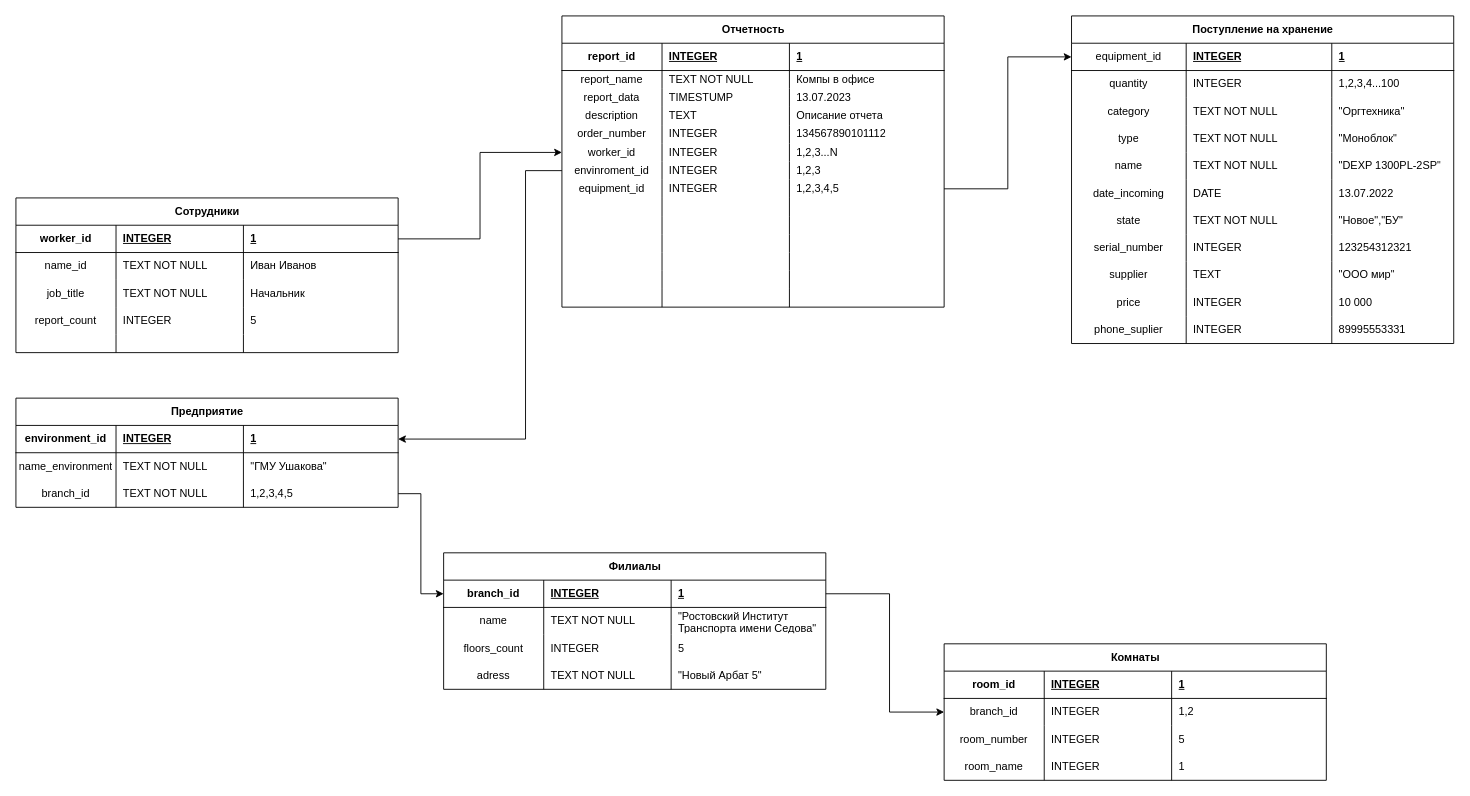
Above: python_files/database/database.drawio in RedContain/diplom (draw.io), before the change. Source tidied: cells renumbered, new cells numbered last; positions are measured from the earlier drawing's top-left corner, leaving out a move shared by most shapes. Both pictures are drawn from the tidied source at 91%, with x=0, y=0 at pixel (15, 15).
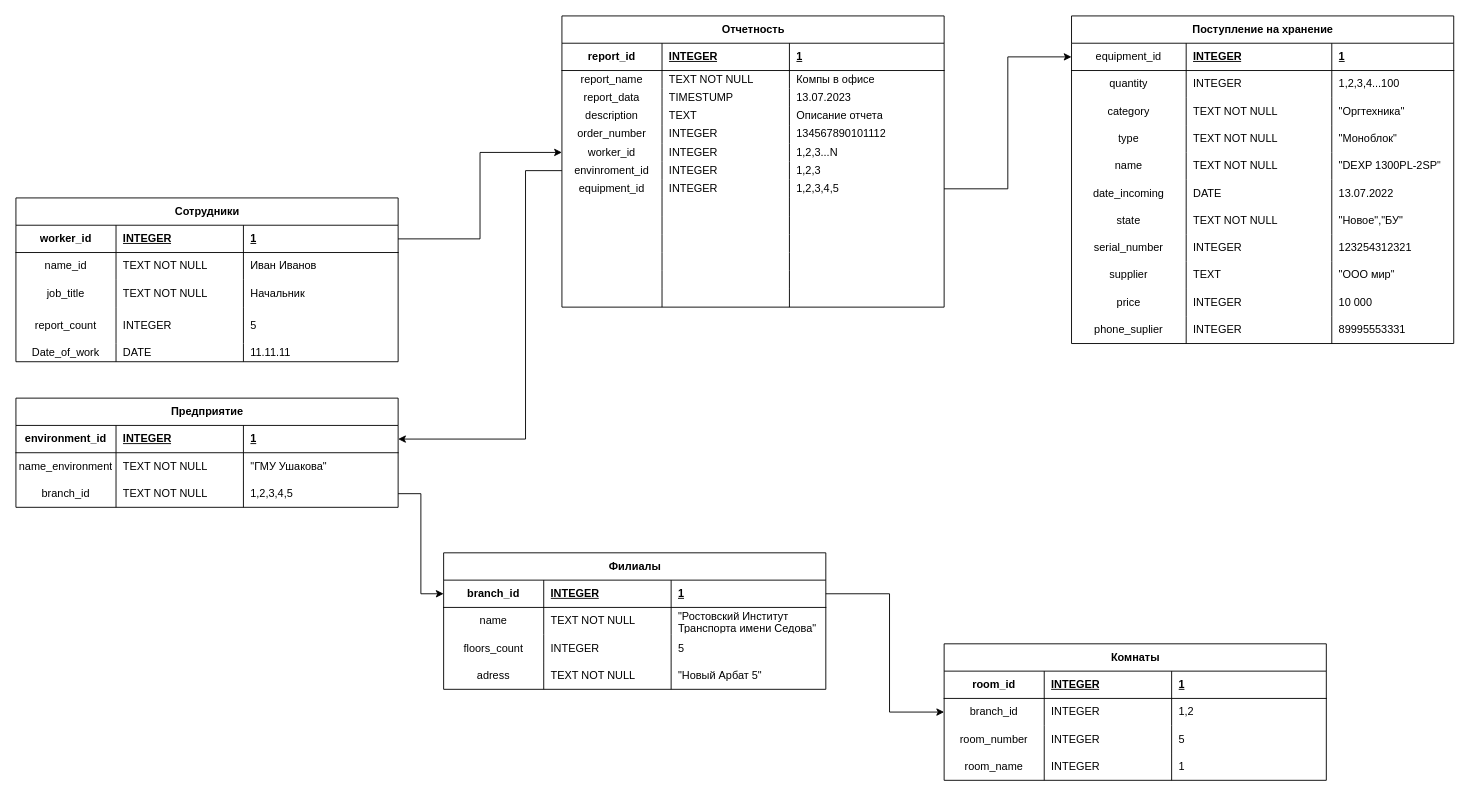
The same diagram, later.

The edit, as a diff of the source:
```diff
@@
     <mxCell id="2" value="Сотрудники" style="shape=table;startSize=30;childLayout=tableLayout;rowLines=0;fontStyle=1;align=center;html=1;columnLines=1;resizeLastRow=0;absoluteArcSize=0;noLabel=0;" parent="1" vertex="1">
-      <mxGeometry y="200" width="420" height="170" as="geometry" />
+      <mxGeometry y="200" width="420" height="180" as="geometry" />
     </mxCell>
@@
     <mxCell id="15" style="shape=tableRow;horizontal=0;startSize=0;swimlaneHead=0;swimlaneBody=0;fillColor=none;top=0;left=0;right=0;bottom=0;" parent="2" vertex="1">
-      <mxGeometry y="120" width="420" height="30" as="geometry" />
+      <mxGeometry y="120" width="420" height="40" as="geometry" />
     </mxCell>
     <mxCell id="16" value="report_count" style="shape=partialRectangle;fillColor=none;top=0;left=0;bottom=0;right=0;overflow=hidden;whiteSpace=wrap;html=1;" parent="15" vertex="1">
-      <mxGeometry width="110" height="30" as="geometry" />
+      <mxGeometry width="110" height="40" as="geometry" />
     </mxCell>
     <mxCell id="17" value="INTEGER" style="shape=partialRectangle;fillColor=none;top=0;left=0;bottom=0;right=0;align=left;spacingLeft=6;overflow=hidden;whiteSpace=wrap;html=1;" parent="15" vertex="1">
-      <mxGeometry x="110" width="140" height="30" as="geometry" />
+      <mxGeometry x="110" width="140" height="40" as="geometry" />
     </mxCell>
     <mxCell id="18" value="5&amp;nbsp;" style="shape=partialRectangle;fillColor=none;top=0;left=0;bottom=0;right=0;align=left;spacingLeft=6;overflow=hidden;whiteSpace=wrap;html=1;" parent="15" vertex="1">
-      <mxGeometry x="250" width="170" height="30" as="geometry" />
+      <mxGeometry x="250" width="170" height="40" as="geometry" />
     </mxCell>
     <mxCell id="19" style="shape=tableRow;horizontal=0;startSize=0;swimlaneHead=0;swimlaneBody=0;fillColor=none;top=0;left=0;right=0;bottom=0;" parent="2" vertex="1">
-      <mxGeometry y="150" width="420" height="20" as="geometry" />
+      <mxGeometry y="160" width="420" height="20" as="geometry" />
     </mxCell>
-    <mxCell id="20" style="shape=partialRectangle;fillColor=none;top=0;left=0;bottom=0;right=0;overflow=hidden;whiteSpace=wrap;html=1;" parent="19" vertex="1">
+    <mxCell id="20" value="Date_of_work" style="shape=partialRectangle;fillColor=none;top=0;left=0;bottom=0;right=0;overflow=hidden;whiteSpace=wrap;html=1;" parent="19" vertex="1">
       <mxGeometry width="110" height="20" as="geometry" />
     </mxCell>
-    <mxCell id="21" style="shape=partialRectangle;fillColor=none;top=0;left=0;bottom=0;right=0;align=left;spacingLeft=6;overflow=hidden;whiteSpace=wrap;html=1;" parent="19" vertex="1">
+    <mxCell id="21" value="DATE" style="shape=partialRectangle;fillColor=none;top=0;left=0;bottom=0;right=0;align=left;spacingLeft=6;overflow=hidden;whiteSpace=wrap;html=1;" parent="19" vertex="1">
       <mxGeometry x="110" width="140" height="20" as="geometry" />
     </mxCell>
-    <mxCell id="22" style="shape=partialRectangle;fillColor=none;top=0;left=0;bottom=0;right=0;align=left;spacingLeft=6;overflow=hidden;whiteSpace=wrap;html=1;" parent="19" vertex="1">
+    <mxCell id="22" value="11.11.11" style="shape=partialRectangle;fillColor=none;top=0;left=0;bottom=0;right=0;align=left;spacingLeft=6;overflow=hidden;whiteSpace=wrap;html=1;" parent="19" vertex="1">
       <mxGeometry x="250" width="170" height="20" as="geometry" />
     </mxCell>
```
